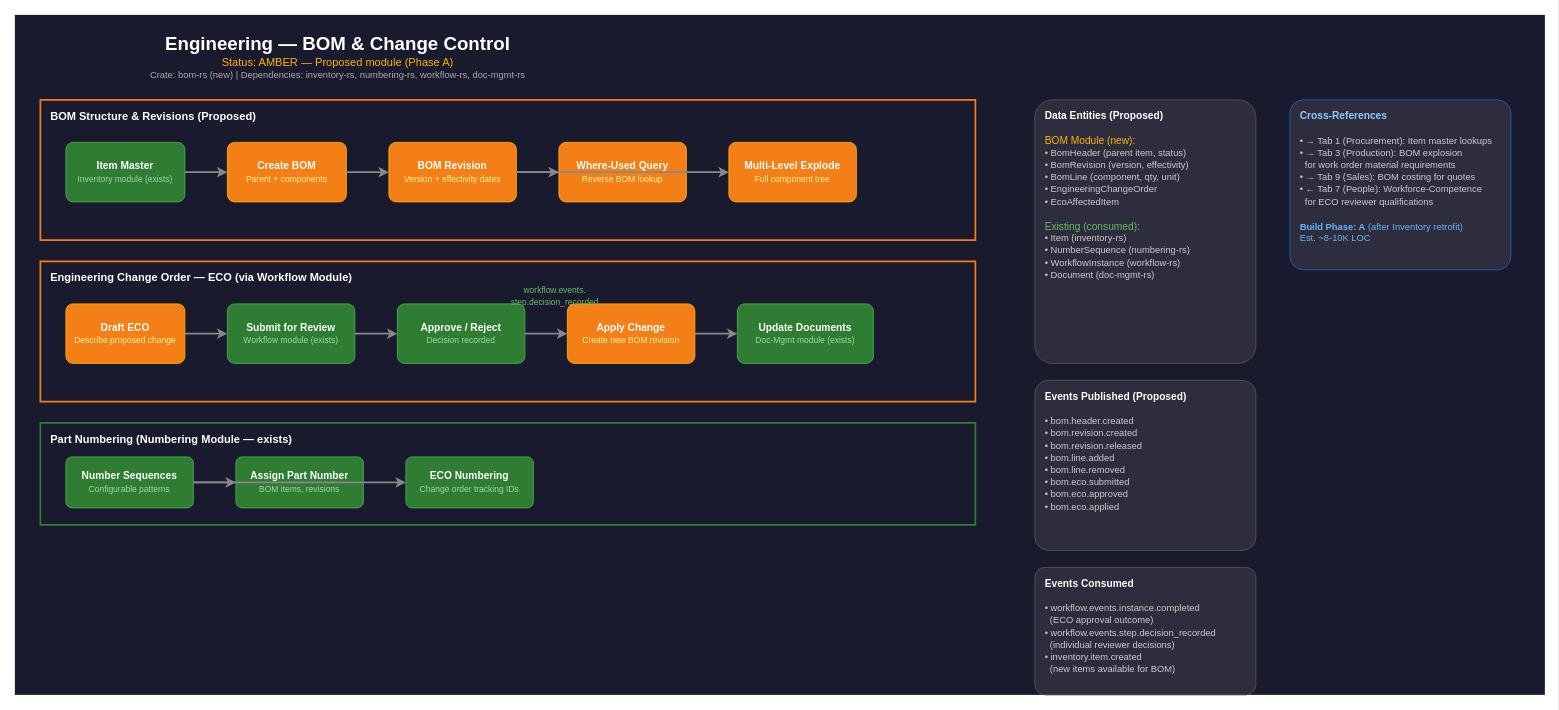
7D-Solutions/7D-Solutions-Platform keeps this draw.io diagram as page "2. Planning" (3 of 11) of docs/plans/manufacturing-lifecycle.drawio. Above is the earlier version. Source tidied: cells renumbered, new cells numbered last; positions are measured from the earlier drawing's top-left corner, leaving out a move shared by most shapes. Both pictures are drawn from the tidied source at 85%, with x=0, y=0 at pixel (14, 14).
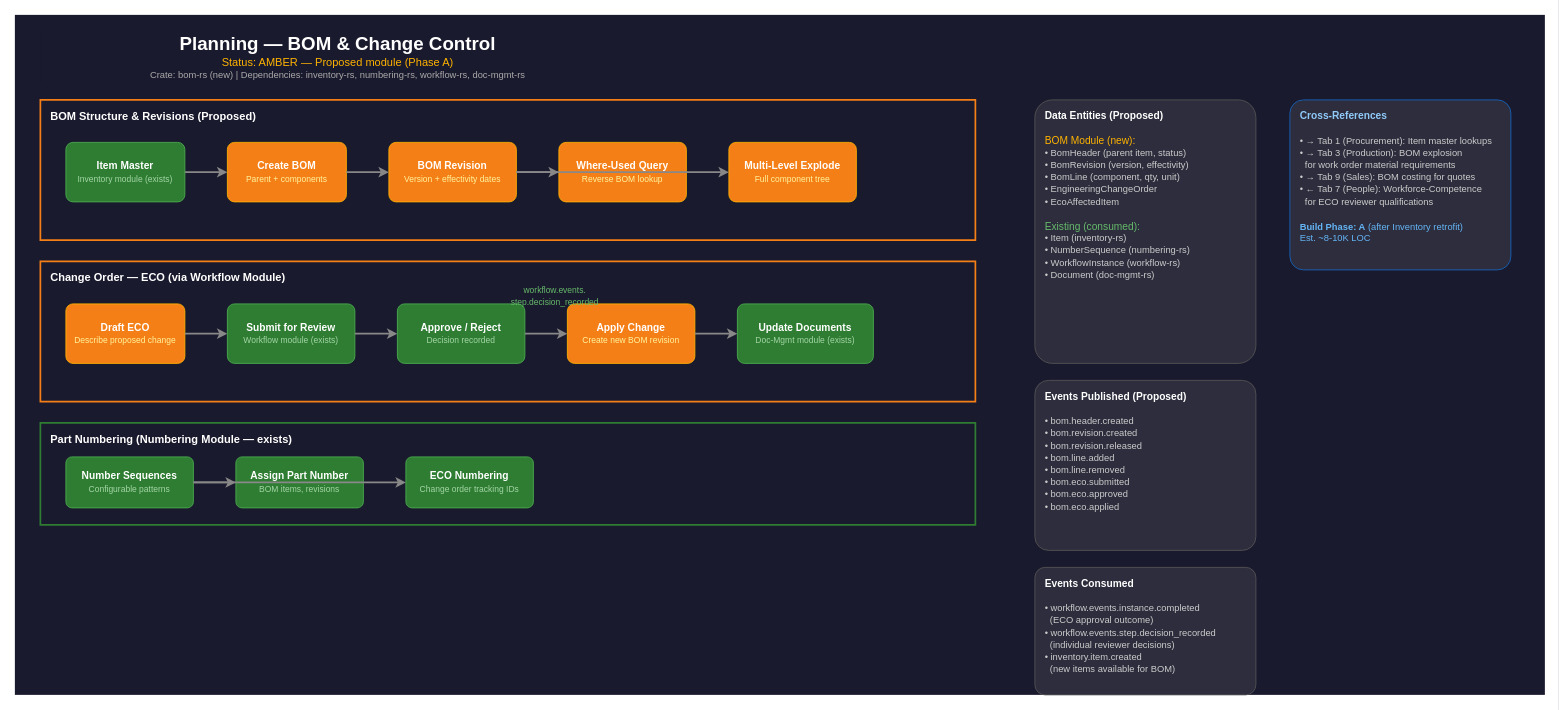
After the change.

Commit message (it also covers changes not shown here):
[bd-d8xl4] Rename Engineering tab to Planning — industry-neutral

Not all companies have engineering departments. "Planning" is the
generic manufacturing term for BOM definition and change control.

The edit, as a diff of the source:
```diff
@@
-    <mxCell id="3" value="&lt;font color=&quot;#FFFFFF&quot; style=&quot;font-size:22px&quot;&gt;&lt;b&gt;Engineering — BOM &amp;amp; Change Control&lt;/b&gt;&lt;/font&gt;&lt;br&gt;&lt;font color=&quot;#ffb300&quot; style=&quot;font-size:13px&quot;&gt;Status: AMBER — Proposed module (Phase A)&lt;/font&gt;&lt;br&gt;&lt;font color=&quot;#AAAAAA&quot; style=&quot;font-size:11px&quot;&gt;Crate: bom-rs (new) | Dependencies: inventory-rs, numbering-rs, workflow-rs, doc-mgmt-rs&lt;/font&gt;" style="text;html=1;align=center;verticalAlign=middle;whiteSpace=wrap;fillColor=#1a1a2e;strokeColor=none;rounded=1;" parent="1" vertex="1">
+    <mxCell id="3" value="&lt;font color=&quot;#FFFFFF&quot; style=&quot;font-size:22px&quot;&gt;&lt;b&gt;Planning — BOM &amp;amp; Change Control&lt;/b&gt;&lt;/font&gt;&lt;br&gt;&lt;font color=&quot;#ffb300&quot; style=&quot;font-size:13px&quot;&gt;Status: AMBER — Proposed module (Phase A)&lt;/font&gt;&lt;br&gt;&lt;font color=&quot;#AAAAAA&quot; style=&quot;font-size:11px&quot;&gt;Crate: bom-rs (new) | Dependencies: inventory-rs, numbering-rs, workflow-rs, doc-mgmt-rs&lt;/font&gt;" style="text;html=1;align=center;verticalAlign=middle;whiteSpace=wrap;fillColor=#1a1a2e;strokeColor=none;rounded=1;" parent="1" vertex="1">
       <mxGeometry x="30" y="15" width="700" height="70" as="geometry" />
     </mxCell>
@@
-    <mxCell id="14" value="&lt;font color=&quot;#FFFFFF&quot; style=&quot;font-size:13px&quot;&gt;&lt;b&gt;Engineering Change Order — ECO (via Workflow Module)&lt;/b&gt;&lt;/font&gt;" style="shape=mxgraph.basic.rect;fillColor=#1a1a2e;strokeColor=#f57f17;strokeWidth=2;rounded=1;arcSize=4;verticalAlign=top;align=left;spacingLeft=10;spacingTop=5;html=1;" parent="1" vertex="1">
+    <mxCell id="14" value="&lt;font color=&quot;#FFFFFF&quot; style=&quot;font-size:13px&quot;&gt;&lt;b&gt;Change Order — ECO (via Workflow Module)&lt;/b&gt;&lt;/font&gt;" style="shape=mxgraph.basic.rect;fillColor=#1a1a2e;strokeColor=#f57f17;strokeWidth=2;rounded=1;arcSize=4;verticalAlign=top;align=left;spacingLeft=10;spacingTop=5;html=1;" parent="1" vertex="1">
       <mxGeometry x="30" y="290" width="1100" height="165" as="geometry" />
     </mxCell>
```
